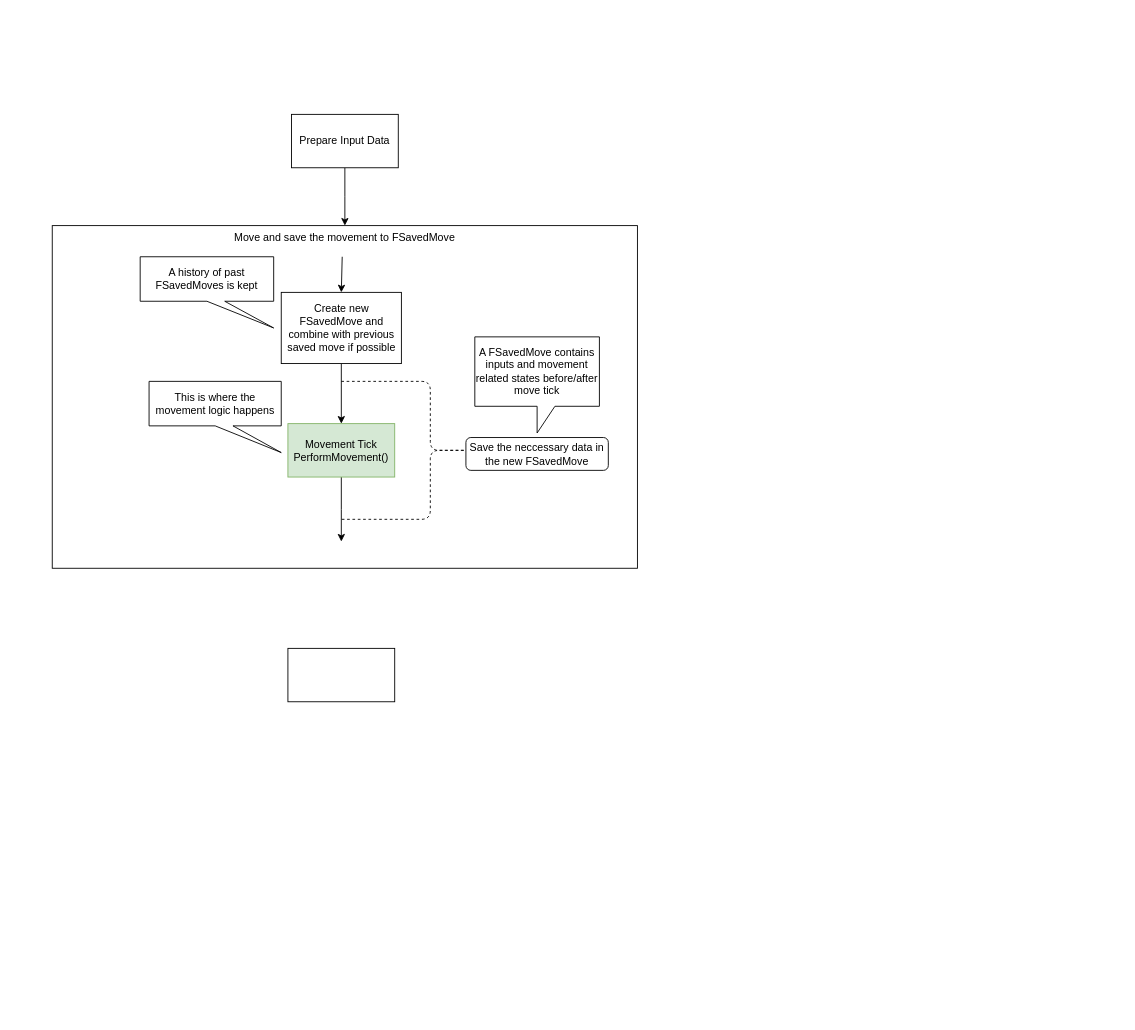
Before: UE-MovementNetwork.drawio in tcmxx/TCMXXDrawIO, a draw.io diagram. Source tidied: cells renumbered, new cells numbered last; positions are measured from the earlier drawing's top-left corner, leaving out a move shared by most shapes. Both pictures are drawn from the tidied source at 89%, with x=0, y=0 at pixel (52, 114).
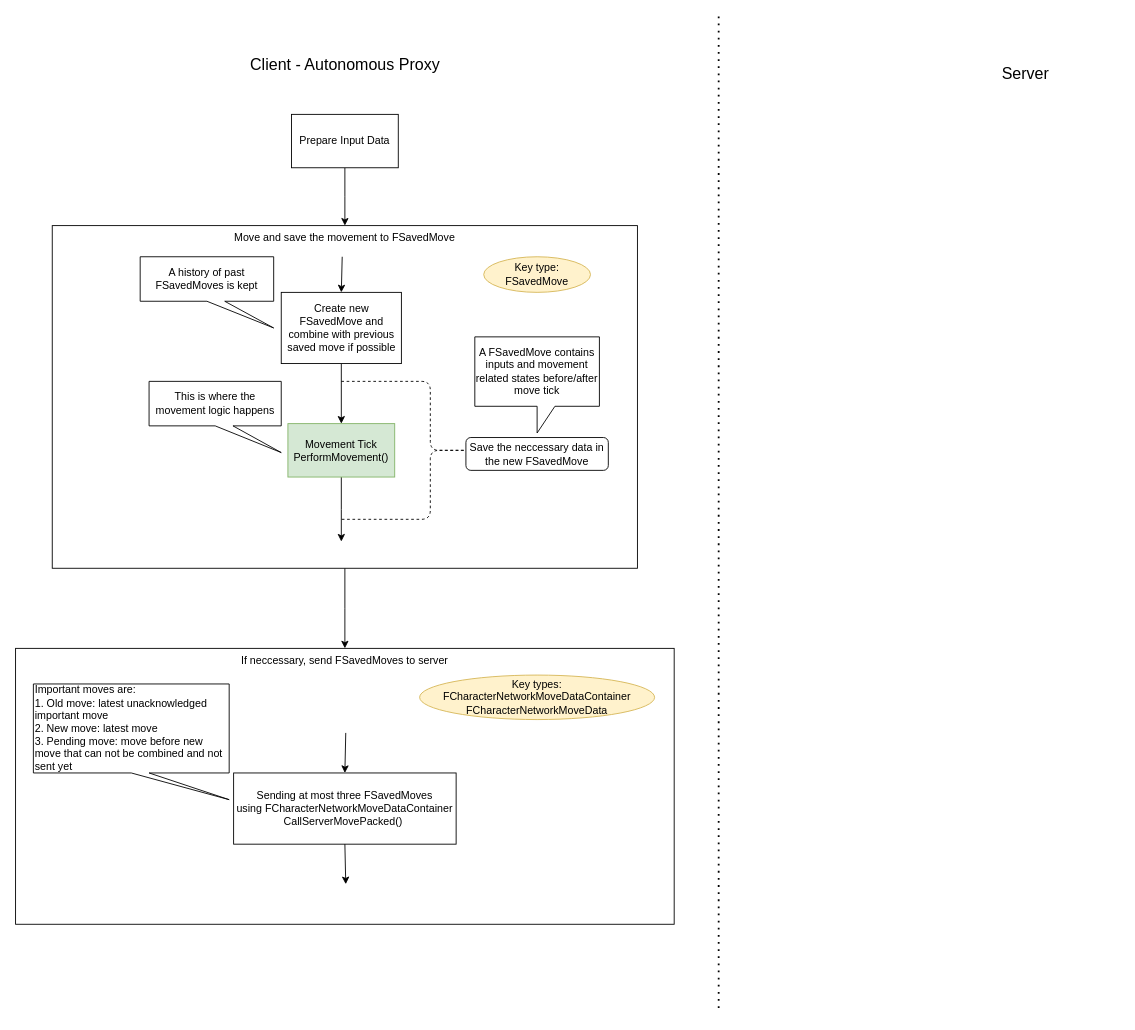
After the change.

Unchanged cells that the change refers to:
```xml
<mxCell id="2" value="Move and save the movement to FSavedMove" style="rounded=0;whiteSpace=wrap;html=1;horizontal=1;verticalAlign=top;align=center;" parent="1" vertex="1">
  <mxGeometry x="0.2" y="125" width="657.5" height="385" as="geometry" />
</mxCell>
```

Diff of the diagram source:
```diff
@@
+    <mxCell id="16" style="edgeStyle=orthogonalEdgeStyle;rounded=0;jettySize=auto;html=1;entryX=0.5;entryY=0;entryDx=0;entryDy=0;" parent="1" edge="1" source="2" target="15">
+      <mxGeometry relative="1" as="geometry" />
+    </mxCell>
@@
-    <mxCell id="15" style="rounded=0;whiteSpace=wrap;html=1;" parent="1" vertex="1">
-      <mxGeometry x="265" y="600" width="120" height="60" as="geometry" />
+    <mxCell id="15" value="If neccessary, send FSavedMoves to server" style="rounded=0;whiteSpace=wrap;html=1;verticalAlign=top;" parent="1" vertex="1">
+      <mxGeometry x="-41" y="600" width="740" height="310" as="geometry" />
     </mxCell>
+    <mxCell id="17" value="Key type: FSavedMove" style="ellipse;whiteSpace=wrap;html=1;fillColor=#fff2cc;strokeColor=#d6b656;" parent="1" vertex="1">
+      <mxGeometry x="485" y="160" width="120" height="40" as="geometry" />
+    </mxCell>
+    <mxCell id="18" value="Key types: FCharacterNetworkMoveDataContainer&lt;br&gt;FCharacterNetworkMoveData" style="ellipse;whiteSpace=wrap;html=1;fillColor=#fff2cc;strokeColor=#d6b656;" parent="1" vertex="1">
+      <mxGeometry x="413" y="630" width="264" height="50" as="geometry" />
+    </mxCell>
+    <mxCell id="19" value="Sending at most three FSavedMoves using&amp;nbsp;FCharacterNetworkMoveDataContainer&lt;br&gt;CallServerMovePacked()&lt;span style=&quot;background-color: initial;&quot;&gt;&amp;nbsp;&lt;/span&gt;" style="rounded=0;whiteSpace=wrap;html=1;" parent="1" vertex="1">
+      <mxGeometry x="204" y="740" width="250" height="80" as="geometry" />
+    </mxCell>
+    <mxCell id="20" value="Important moves are:&lt;br&gt;1. Old move: latest unacknowledged important move&lt;br&gt;2. New move: latest move&lt;br&gt;3. Pending move: move before new move that can not be combined and not sent yet" style="shape=callout;whiteSpace=wrap;html=1;perimeter=calloutPerimeter;align=left;position2=1;" parent="1" vertex="1">
+      <mxGeometry x="-21" y="640" width="220" height="130" as="geometry" />
+    </mxCell>
+    <mxCell id="21" style="endArrow=classic;html=1;rounded=0;entryX=0.5;entryY=0;entryDx=0;entryDy=0;" parent="1" edge="1" target="19">
+      <mxGeometry relative="1" as="geometry">
+        <mxPoint x="330" y="695" as="sourcePoint" />
+      </mxGeometry>
+    </mxCell>
+    <mxCell id="22" style="endArrow=classic;html=1;rounded=0;exitX=0.5;exitY=1;exitDx=0;exitDy=0;" parent="1" edge="1" source="19">
+      <mxGeometry relative="1" as="geometry">
+        <mxPoint x="330" y="865" as="targetPoint" />
+      </mxGeometry>
+    </mxCell>
+    <mxCell id="23" value="Client - Autonomous Proxy" style="text;html=1;strokeColor=none;fillColor=none;align=center;verticalAlign=middle;whiteSpace=wrap;rounded=0;fontSize=18;" parent="1" vertex="1">
+      <mxGeometry x="186.5" y="-90" width="285" height="70" as="geometry" />
+    </mxCell>
+    <mxCell id="24" style="endArrow=none;dashed=1;html=1;dashPattern=1 3;strokeWidth=2;rounded=0;" parent="1" edge="1">
+      <mxGeometry relative="1" as="geometry">
+        <mxPoint x="749" y="-110" as="sourcePoint" />
+        <mxPoint x="749" y="1010" as="targetPoint" />
+      </mxGeometry>
+    </mxCell>
+    <mxCell id="25" value="Server" style="text;html=1;strokeColor=none;fillColor=none;align=center;verticalAlign=middle;whiteSpace=wrap;rounded=0;fontSize=18;" parent="1" vertex="1">
+      <mxGeometry x="989" y="-80" width="210" height="70" as="geometry" />
+    </mxCell>
```
